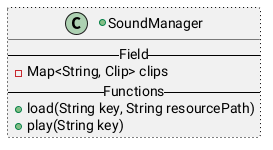
This is src/main/ClassDiagram/SoundManagerDiagram.png from CamerJunker/Snake, a PlantUML export, as it was before one commit.
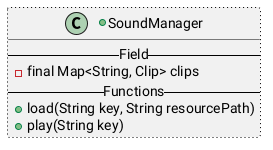
The same diagram one commit later.

Change to the diagram source:
```diff
@@ -1,7 +1,7 @@
 @startuml
 +class SoundManager ##[dotted]black {
     -- Field --
-    -Map<String, Clip> clips
+    -final Map<String, Clip> clips
     -- Functions --
     +load(String key, String resourcePath)
     +play(String key)
```
